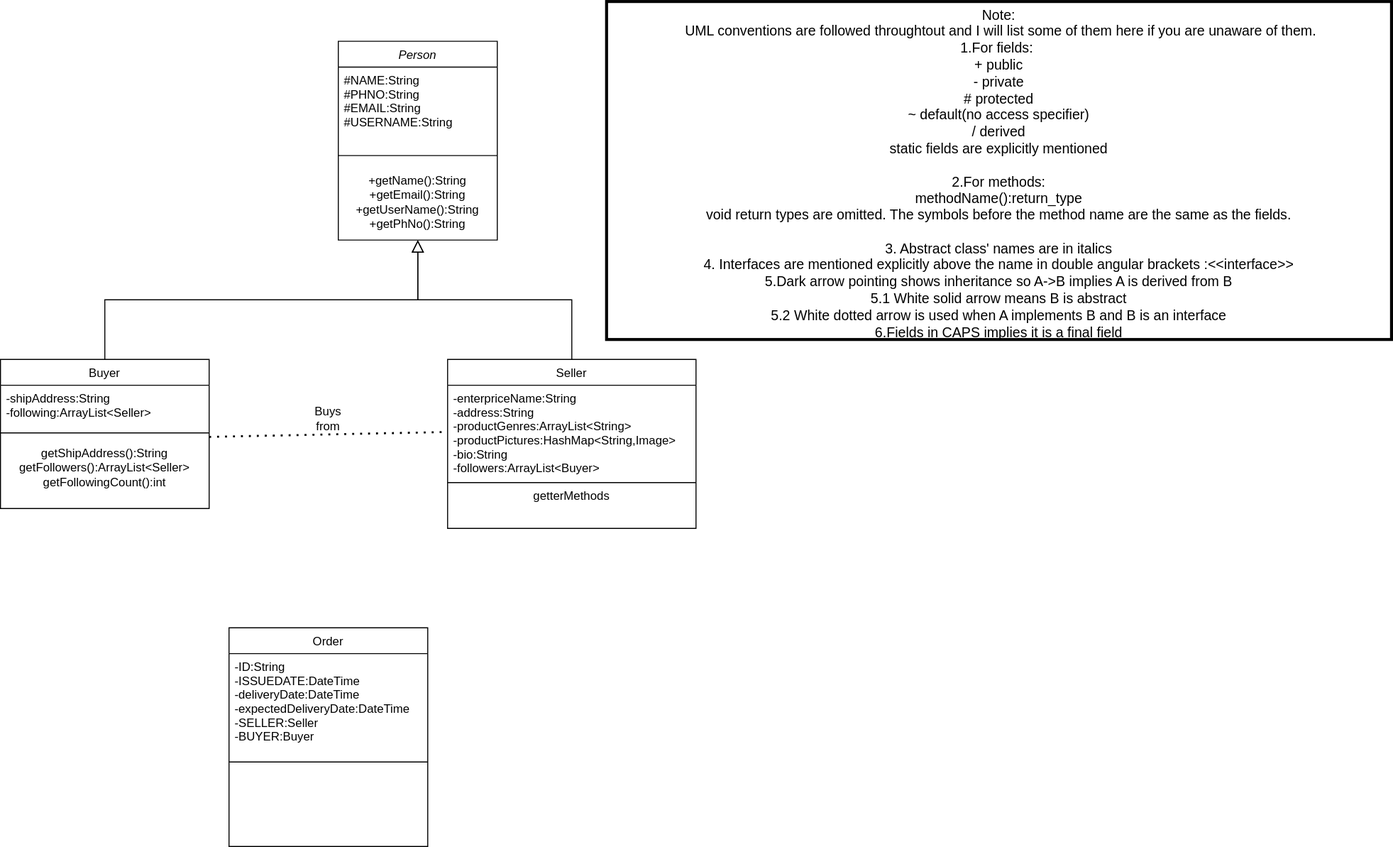
Earlier version of the draw.io export Class Diagram.svg (harry7337/The-Idea). Source tidied: cells renumbered, new cells last; positions are measured from the earlier drawing's top-left corner, leaving out a move shared by most shapes.
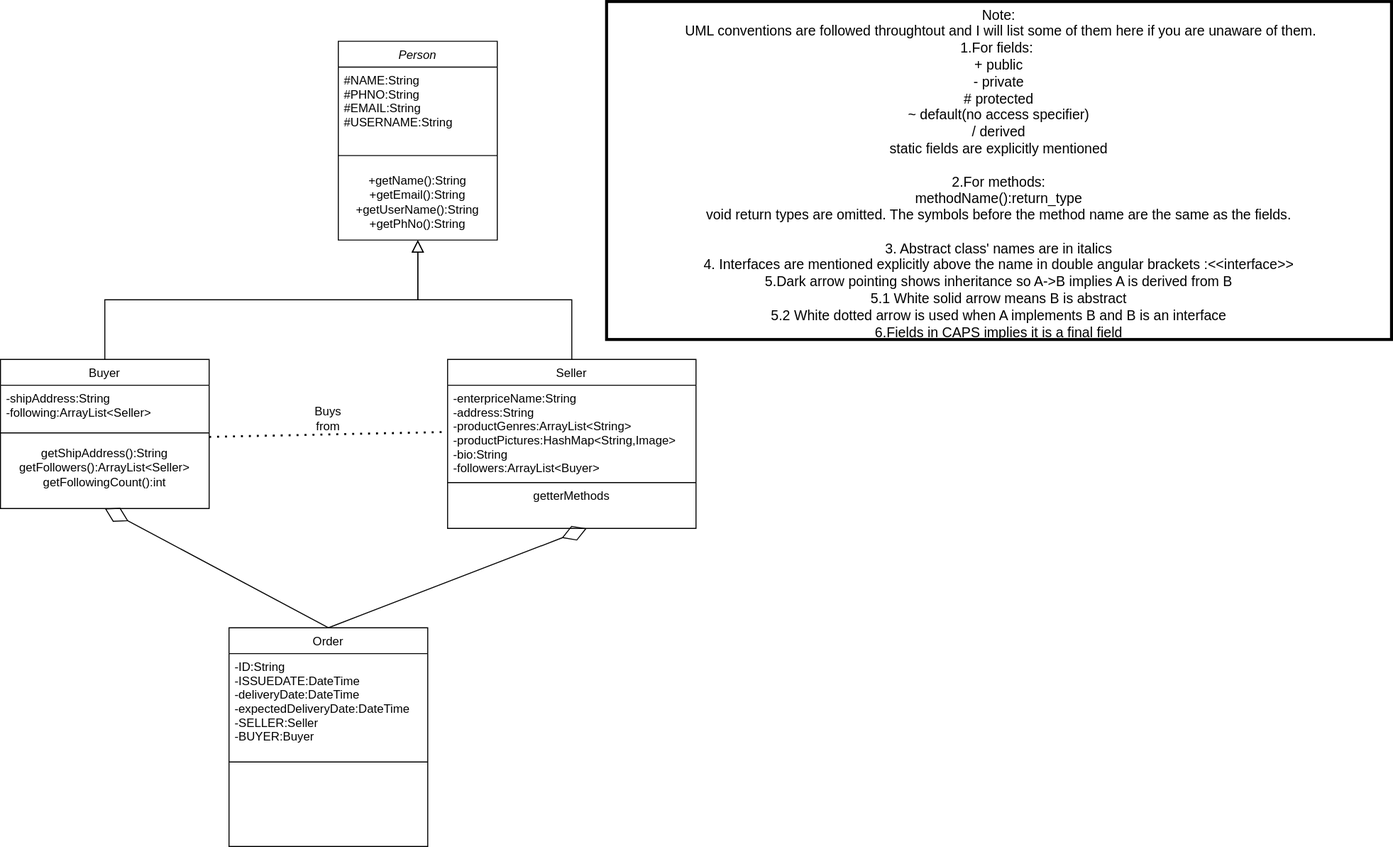
After the commit.

Change to the diagram source:
```diff
@@ -65,5 +65,14 @@
     <mxCell id="22" style="endArrow=none;dashed=1;html=1;dashPattern=1 3;strokeWidth=2;exitX=1;exitY=0;exitDx=0;exitDy=0;entryX=0;entryY=0.5;entryDx=0;entryDy=0;" parent="1" edge="1" source="9" target="12">
       <mxGeometry relative="1" as="geometry" />
     </mxCell>
+    <mxCell id="23" style="endArrow=diamondThin;endFill=0;endSize=24;html=1;exitX=0.5;exitY=0;exitDx=0;exitDy=0;entryX=0.5;entryY=1;entryDx=0;entryDy=0;" parent="1" edge="1" source="18" target="6">
+      <mxGeometry relative="1" as="geometry" />
+    </mxCell>
+    <mxCell id="24" style="endArrow=diamondThin;endFill=0;endSize=24;html=1;" parent="1" edge="1">
+      <mxGeometry relative="1" as="geometry">
+        <mxPoint x="330" y="630" as="sourcePoint" />
+        <mxPoint x="590" y="530" as="targetPoint" />
+      </mxGeometry>
+    </mxCell>
   </root>
 </mxGraphModel>
```
